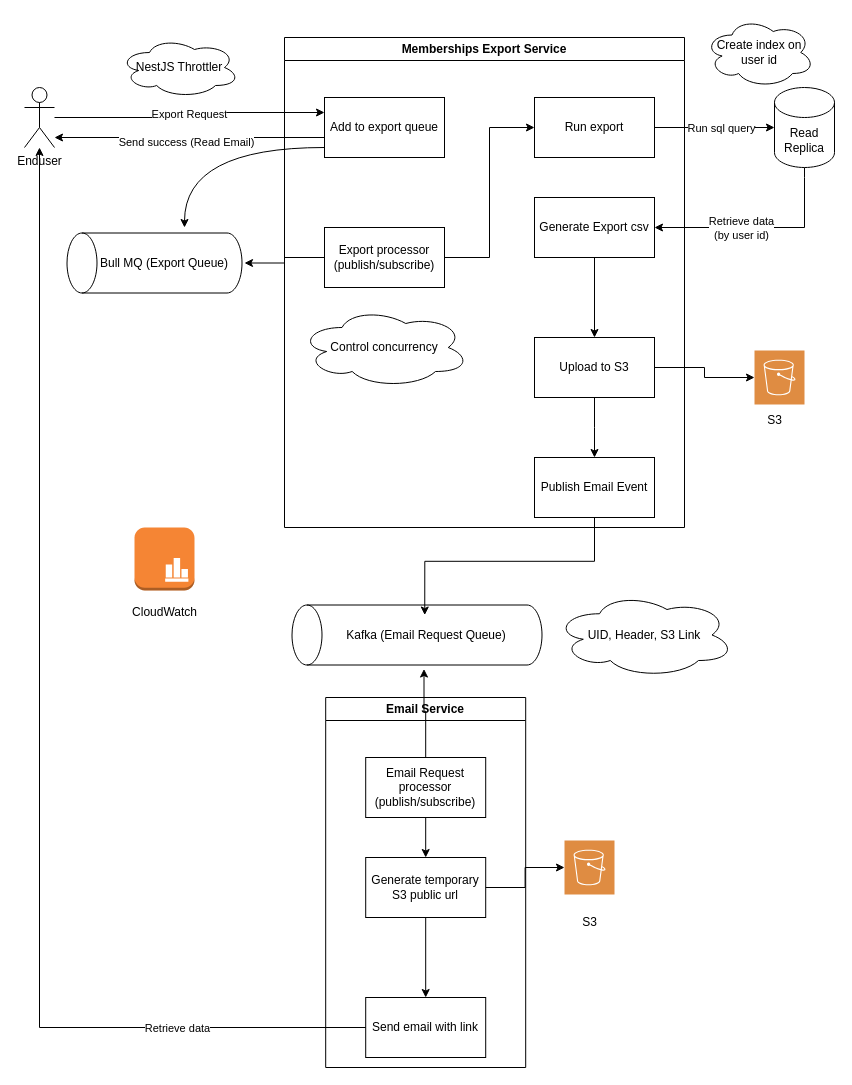
FarukValjevac/ApiRefactoring keeps this draw.io diagram as Arch/Arch.drawio. Above is the earlier version. Source tidied: cells renumbered, new cells numbered last; positions are measured from the earlier drawing's top-left corner, leaving out a move shared by most shapes. Both pictures are drawn from the tidied source at 100%, with x=0, y=0 at pixel (24, 17).
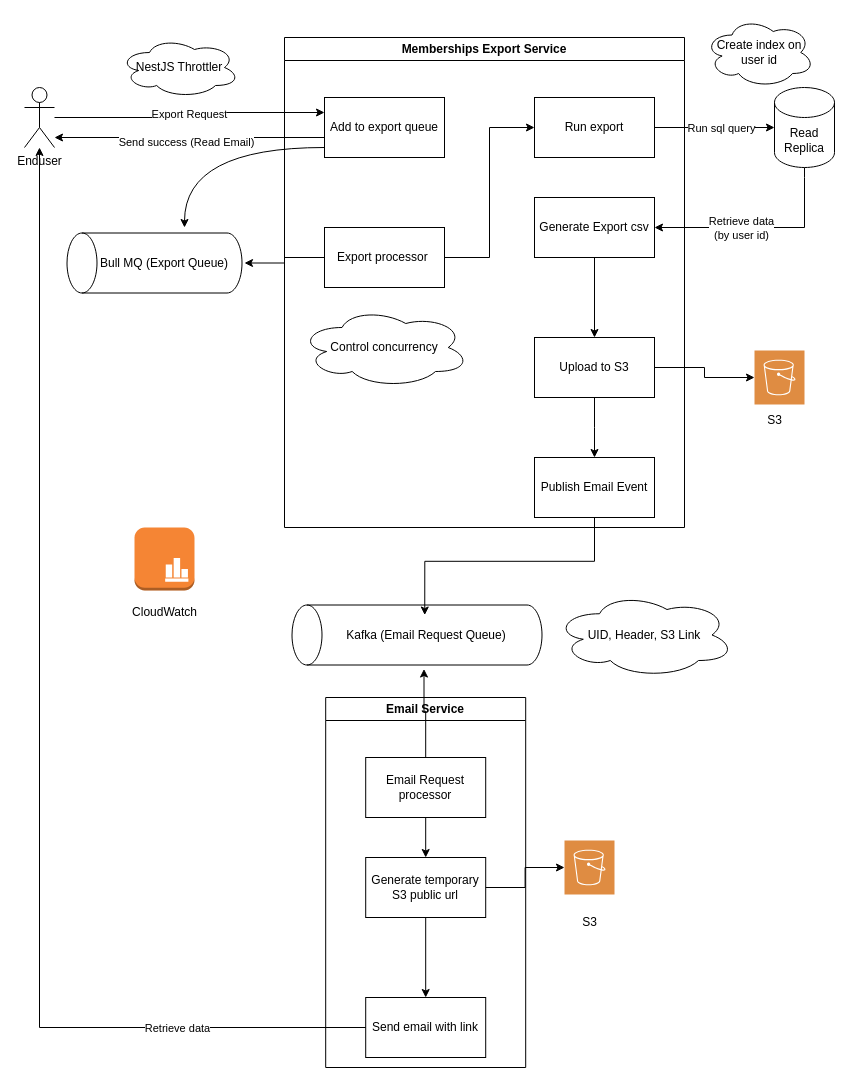
The same diagram, later.

The change refers to these unchanged cells:
```xml
<mxCell id="7" value="Memberships Export Service" style="swimlane;whiteSpace=wrap;html=1;" parent="1" vertex="1">
  <mxGeometry x="260" y="20" width="400" height="490" as="geometry" />
</mxCell>
<mxCell id="25" value="Email Service" style="swimlane;whiteSpace=wrap;html=1;" parent="1" vertex="1">
  <mxGeometry x="301.2" y="680" width="200" height="370" as="geometry" />
</mxCell>
```

What changed in the source:
```diff
@@
-    <mxCell id="16" value="Export processor (publish/subscribe)" style="rounded=0;whiteSpace=wrap;html=1;" parent="7" vertex="1">
+    <mxCell id="16" value="Export processor&amp;nbsp;" style="rounded=0;whiteSpace=wrap;html=1;" parent="7" vertex="1">
       <mxGeometry x="40" y="190" width="120" height="60" as="geometry" />
     </mxCell>
@@
-    <mxCell id="26" value="Email Request processor&lt;div&gt;(publish/subscribe)&lt;/div&gt;" style="rounded=0;whiteSpace=wrap;html=1;" parent="25" vertex="1">
+    <mxCell id="26" value="Email Request processor" style="rounded=0;whiteSpace=wrap;html=1;" parent="25" vertex="1">
       <mxGeometry x="40" y="60" width="120" height="60" as="geometry" />
     </mxCell>
```
